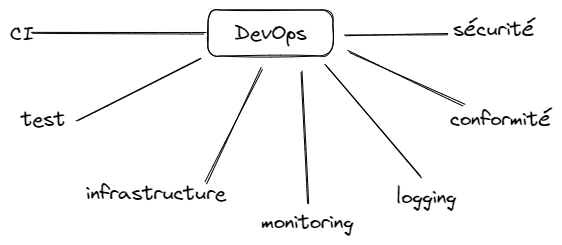
This is snowcamp_2023/assets/devops.excalidraw.png from ojacques/presentations, a Excalidraw export, as it was before one commit. Source tidied: one line per element, renumbered; positions are measured from the earlier drawing's top-left corner, leaving out a move shared by most shapes. Its diagram source:
```json
{"id": 0, "type": "text", "text": "conformité", "strokeColor": "#000000", "strokeWidth": 1, "roughness": 1, "fontSize": 20, "fontFamily": 1, "x": 440, "y": 97, "width": 102, "height": 25}
{"id": 1, "type": "text", "text": "monitoring", "strokeColor": "#000000", "strokeWidth": 1, "roughness": 1, "fontSize": 20, "fontFamily": 1, "x": 251, "y": 200, "width": 93, "height": 25}
{"id": 2, "type": "text", "text": "infrastructure", "strokeColor": "#000000", "strokeWidth": 1, "roughness": 1, "fontSize": 20, "fontFamily": 1, "x": 76, "y": 171, "width": 141, "height": 25}
{"id": 3, "type": "text", "text": "sécurité", "strokeColor": "#000000", "strokeWidth": 1, "roughness": 1, "fontSize": 20, "fontFamily": 1, "x": 443, "y": 7, "width": 82, "height": 25}
{"id": 4, "type": "text", "text": "CI", "strokeColor": "#000000", "strokeWidth": 1, "roughness": 1, "fontSize": 20, "fontFamily": 1, "x": 0, "y": 12, "width": 25, "height": 25}
{"id": 5, "type": "text", "text": "logging", "strokeColor": "#000000", "strokeWidth": 1, "roughness": 1, "fontSize": 20, "fontFamily": 1, "x": 386, "y": 175, "width": 61, "height": 25}
{"id": 6, "type": "text", "text": "test", "strokeColor": "#000000", "strokeWidth": 1, "roughness": 1, "fontSize": 20, "fontFamily": 1, "x": 11, "y": 97, "width": 45, "height": 25}
{"id": 7, "type": "rectangle", "strokeColor": "#000000", "strokeWidth": 1, "roughness": 1, "round": true, "x": 198, "y": 0, "width": 125, "height": 46}
{"id": 8, "type": "text", "text": "DevOps", "strokeColor": "#000000", "strokeWidth": 1, "roughness": 1, "fontSize": 20, "fontFamily": 1, "textAlign": "center", "verticalAlign": "middle", "inside": 7, "x": 224, "y": 10, "width": 73, "height": 25}
{"id": 9, "type": "line", "strokeColor": "#000000", "strokeWidth": 1, "roughness": 1, "round": true, "x": 22, "y": 23, "width": 173, "height": 0, "points": [[0, 0], [173, 0]]}
{"id": 10, "type": "line", "strokeColor": "#000000", "strokeWidth": 1, "roughness": 1, "round": true, "x": 67, "y": 110, "width": 124, "height": 61, "points": [[0, 0], [124, -61]]}
{"id": 11, "type": "line", "strokeColor": "#000000", "strokeWidth": 1, "roughness": 1, "round": true, "x": 196, "y": 173, "width": 57, "height": 114, "points": [[0, 0], [57, -114]]}
{"id": 12, "type": "line", "strokeColor": "#000000", "strokeWidth": 1, "roughness": 1, "round": true, "x": 298, "y": 193, "width": 6, "height": 132, "points": [[0, 0], [-6, -132]]}
{"id": 13, "type": "line", "strokeColor": "#000000", "strokeWidth": 1, "roughness": 1, "round": true, "x": 315, "y": 56, "width": 96, "height": 111, "points": [[0, 0], [96, 111]]}
{"id": 14, "type": "line", "strokeColor": "#000000", "strokeWidth": 1, "roughness": 1, "round": true, "x": 338, "y": 41, "width": 116, "height": 54, "points": [[0, 0], [116, 54]]}
{"id": 15, "type": "line", "strokeColor": "#000000", "strokeWidth": 1, "roughness": 1, "round": true, "x": 335, "y": 25, "width": 102, "height": 1, "points": [[0, 0], [102, -1]]}
```
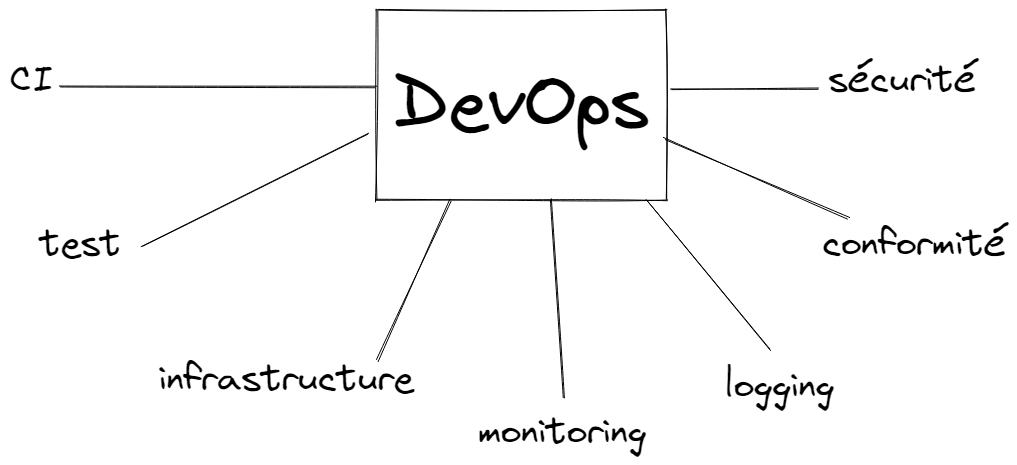
The same diagram one commit later.

Diff of the diagram source:
```diff
@@ -1,16 +1,16 @@
-{"id": 0, "type": "text", "text": "conformité", "strokeColor": "#000000", "strokeWidth": 1, "roughness": 1, "fontSize": 20, "fontFamily": 1, "x": 440, "y": 97, "width": 102, "height": 25}
+{"id": 0, "type": "text", "text": "conformité", "strokeColor": "#000000", "strokeWidth": 1, "roughness": 1, "fontSize": 36.49, "fontFamily": 1, "x": 803, "y": 177, "width": 179, "height": 49}
-{"id": 1, "type": "text", "text": "monitoring", "strokeColor": "#000000", "strokeWidth": 1, "roughness": 1, "fontSize": 20, "fontFamily": 1, "x": 251, "y": 200, "width": 93, "height": 25}
+{"id": 1, "type": "text", "text": "monitoring", "strokeColor": "#000000", "strokeWidth": 1, "roughness": 1, "fontSize": 36.49, "fontFamily": 1, "x": 458, "y": 365, "width": 182, "height": 49}
-{"id": 2, "type": "text", "text": "infrastructure", "strokeColor": "#000000", "strokeWidth": 1, "roughness": 1, "fontSize": 20, "fontFamily": 1, "x": 76, "y": 171, "width": 141, "height": 25}
+{"id": 2, "type": "text", "text": "infrastructure", "strokeColor": "#000000", "strokeWidth": 1, "roughness": 1, "fontSize": 36.49, "fontFamily": 1, "x": 139, "y": 312, "width": 219, "height": 49}
-{"id": 3, "type": "text", "text": "sécurité", "strokeColor": "#000000", "strokeWidth": 1, "roughness": 1, "fontSize": 20, "fontFamily": 1, "x": 443, "y": 7, "width": 82, "height": 25}
+{"id": 3, "type": "text", "text": "sécurité", "strokeColor": "#000000", "strokeWidth": 1, "roughness": 1, "fontSize": 36.49, "fontFamily": 1, "x": 808, "y": 13, "width": 128, "height": 49}
-{"id": 4, "type": "text", "text": "CI", "strokeColor": "#000000", "strokeWidth": 1, "roughness": 1, "fontSize": 20, "fontFamily": 1, "x": 0, "y": 12, "width": 25, "height": 25}
+{"id": 4, "type": "text", "text": "CI", "strokeColor": "#000000", "strokeWidth": 1, "roughness": 1, "fontSize": 36.49, "fontFamily": 1, "x": -10, "y": 13, "width": 36, "height": 49}
-{"id": 5, "type": "text", "text": "logging", "strokeColor": "#000000", "strokeWidth": 1, "roughness": 1, "fontSize": 20, "fontFamily": 1, "x": 386, "y": 175, "width": 61, "height": 25}
+{"id": 5, "type": "text", "text": "logging", "strokeColor": "#000000", "strokeWidth": 1, "roughness": 1, "fontSize": 36.49, "fontFamily": 1, "x": 704, "y": 319, "width": 128, "height": 49}
-{"id": 6, "type": "text", "text": "test", "strokeColor": "#000000", "strokeWidth": 1, "roughness": 1, "fontSize": 20, "fontFamily": 1, "x": 11, "y": 97, "width": 45, "height": 25}
+{"id": 6, "type": "text", "text": "test", "strokeColor": "#000000", "strokeWidth": 1, "roughness": 1, "fontSize": 36.49, "fontFamily": 1, "x": 20, "y": 177, "width": 62, "height": 49}
-{"id": 7, "type": "rectangle", "strokeColor": "#000000", "strokeWidth": 1, "roughness": 1, "round": true, "x": 198, "y": 0, "width": 125, "height": 46}
+{"id": 7, "type": "rectangle", "strokeColor": "#000000", "strokeWidth": 1, "roughness": 1, "x": 357, "y": -35, "width": 290, "height": 190}
-{"id": 8, "type": "text", "text": "DevOps", "strokeColor": "#000000", "strokeWidth": 1, "roughness": 1, "fontSize": 20, "fontFamily": 1, "textAlign": "center", "verticalAlign": "middle", "inside": 7, "x": 224, "y": 10, "width": 73, "height": 25}
+{"id": 8, "type": "text", "text": "DevOps", "strokeColor": "#000000", "strokeWidth": 1, "roughness": 1, "fontSize": 70.7, "fontFamily": 1, "textAlign": "center", "verticalAlign": "middle", "inside": 7, "x": 373, "y": 16, "width": 257, "height": 89}
-{"id": 9, "type": "line", "strokeColor": "#000000", "strokeWidth": 1, "roughness": 1, "round": true, "x": 22, "y": 23, "width": 173, "height": 0, "points": [[0, 0], [173, 0]]}
+{"id": 9, "type": "line", "strokeColor": "#000000", "strokeWidth": 1, "roughness": 1, "x": 40, "y": 42, "width": 316, "height": 0, "points": [[0, 0], [316, 0]]}
-{"id": 10, "type": "line", "strokeColor": "#000000", "strokeWidth": 1, "roughness": 1, "round": true, "x": 67, "y": 110, "width": 124, "height": 61, "points": [[0, 0], [124, -61]]}
+{"id": 10, "type": "line", "strokeColor": "#000000", "strokeWidth": 1, "roughness": 1, "x": 122, "y": 201, "width": 226, "height": 111, "points": [[0, 0], [226, -111]]}
-{"id": 11, "type": "line", "strokeColor": "#000000", "strokeWidth": 1, "roughness": 1, "round": true, "x": 196, "y": 173, "width": 57, "height": 114, "points": [[0, 0], [57, -114]]}
+{"id": 11, "type": "line", "strokeColor": "#000000", "strokeWidth": 1, "roughness": 1, "x": 358, "y": 316, "width": 74, "height": 159, "points": [[0, 0], [74, -159]]}
-{"id": 12, "type": "line", "strokeColor": "#000000", "strokeWidth": 1, "roughness": 1, "round": true, "x": 298, "y": 193, "width": 6, "height": 132, "points": [[0, 0], [-6, -132]]}
+{"id": 12, "type": "line", "strokeColor": "#000000", "strokeWidth": 1, "roughness": 1, "x": 544, "y": 352, "width": 12, "height": 198, "points": [[0, 0], [-12, -198]]}
-{"id": 13, "type": "line", "strokeColor": "#000000", "strokeWidth": 1, "roughness": 1, "round": true, "x": 315, "y": 56, "width": 96, "height": 111, "points": [[0, 0], [96, 111]]}
+{"id": 13, "type": "line", "strokeColor": "#000000", "strokeWidth": 1, "roughness": 1, "x": 626, "y": 157, "width": 124, "height": 148, "points": [[0, 0], [124, 148]]}
-{"id": 14, "type": "line", "strokeColor": "#000000", "strokeWidth": 1, "roughness": 1, "round": true, "x": 338, "y": 41, "width": 116, "height": 54, "points": [[0, 0], [116, 54]]}
+{"id": 14, "type": "line", "strokeColor": "#000000", "strokeWidth": 1, "roughness": 1, "x": 644, "y": 93, "width": 184, "height": 80, "points": [[0, 0], [184, 80]]}
-{"id": 15, "type": "line", "strokeColor": "#000000", "strokeWidth": 1, "roughness": 1, "round": true, "x": 335, "y": 25, "width": 102, "height": 1, "points": [[0, 0], [102, -1]]}
+{"id": 15, "type": "line", "strokeColor": "#000000", "strokeWidth": 1, "roughness": 1, "x": 651, "y": 44, "width": 146, "height": 0, "points": [[0, 0], [146, 0]]}
```
